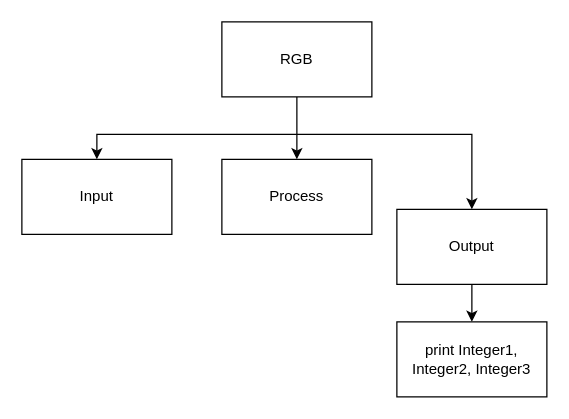
The draw.io diagram Drawio/TopDown.Drawio in JacksonNaufal/ICS3U-Unit4-07-Python, before the edit. Source tidied: cells renumbered, new cells numbered last; positions are measured from the earlier drawing's top-left corner, leaving out a move shared by most shapes. Both pictures are drawn from the tidied source at 125%, with x=0, y=0 at pixel (21, 21).
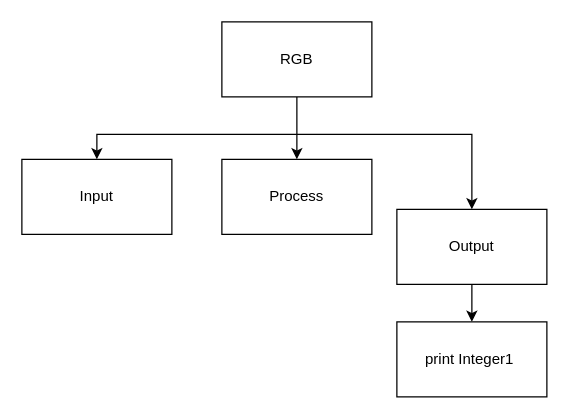
The same page after the edit.

Change to the diagram source:
```diff
@@
 <mxGraphModel>
   <root>
     <mxCell id="0" />
     <mxCell id="1" parent="0" />
     <mxCell id="2" style="edgeStyle=none;html=1;entryX=0.5;entryY=0;entryDx=0;entryDy=0;rounded=0;" parent="1" edge="1" source="5" target="7">
       <mxGeometry relative="1" as="geometry" />
     </mxCell>
     <mxCell id="3" style="edgeStyle=none;rounded=0;html=1;entryX=0.5;entryY=0;entryDx=0;entryDy=0;" parent="1" edge="1" target="6">
       <mxGeometry relative="1" as="geometry">
         <mxPoint x="220" y="90" as="sourcePoint" />
         <Array as="points">
           <mxPoint x="60" y="90" />
         </Array>
       </mxGeometry>
     </mxCell>
     <mxCell id="4" style="edgeStyle=none;rounded=0;html=1;entryX=0.5;entryY=0;entryDx=0;entryDy=0;" parent="1" edge="1" target="9">
       <mxGeometry relative="1" as="geometry">
         <mxPoint x="220" y="90" as="sourcePoint" />
         <Array as="points">
           <mxPoint x="360" y="90" />
         </Array>
       </mxGeometry>
     </mxCell>
     <mxCell id="5" value="RGB" style="rounded=0;whiteSpace=wrap;html=1;" parent="1" vertex="1">
       <mxGeometry x="160" width="120" height="60" as="geometry" />
     </mxCell>
     <mxCell id="6" value="Input" style="rounded=0;whiteSpace=wrap;html=1;" parent="1" vertex="1">
       <mxGeometry y="110" width="120" height="60" as="geometry" />
     </mxCell>
     <mxCell id="7" value="Process" style="rounded=0;whiteSpace=wrap;html=1;" parent="1" vertex="1">
       <mxGeometry x="160" y="110" width="120" height="60" as="geometry" />
     </mxCell>
     <mxCell id="8" style="edgeStyle=none;html=1;" parent="1" edge="1" source="9" target="10">
       <mxGeometry relative="1" as="geometry" />
     </mxCell>
     <mxCell id="9" value="Output" style="rounded=0;whiteSpace=wrap;html=1;" parent="1" vertex="1">
       <mxGeometry x="300" y="150" width="120" height="60" as="geometry" />
     </mxCell>
-    <mxCell id="10" value="print Integer1, Integer2, Integer3" style="rounded=0;whiteSpace=wrap;html=1;" parent="1" vertex="1">
+    <mxCell id="10" value="print Integer1&amp;nbsp;" style="rounded=0;whiteSpace=wrap;html=1;" parent="1" vertex="1">
       <mxGeometry x="300" y="240" width="120" height="60" as="geometry" />
     </mxCell>
   </root>
 </mxGraphModel>
```
